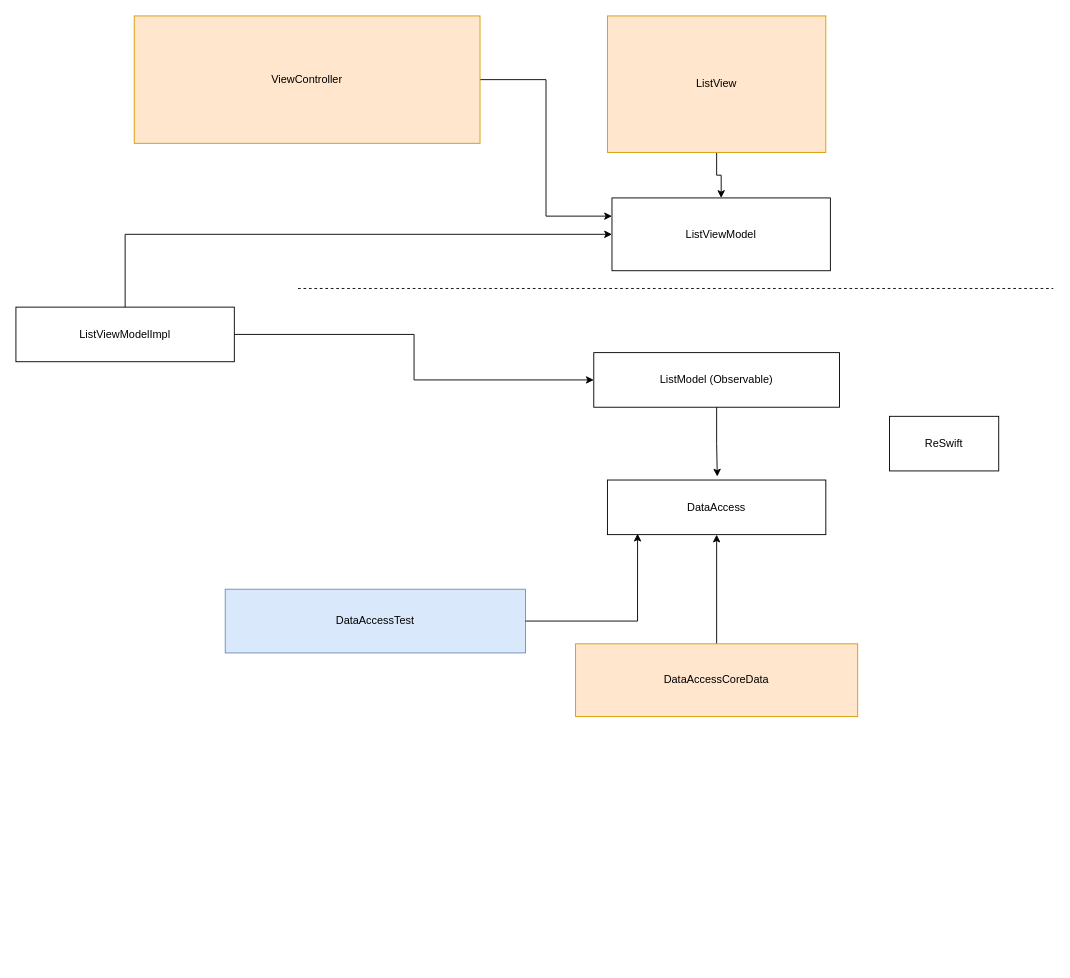
This is todolist-app.drawio from yyasutakee/uml-todoapp, a draw.io file, before an edit. Source tidied: cells renumbered, new cells numbered last; positions are measured from the earlier drawing's top-left corner, leaving out a move shared by most shapes. Both pictures are drawn from the tidied source at 91%, with x=0, y=0 at pixel (15, 15).
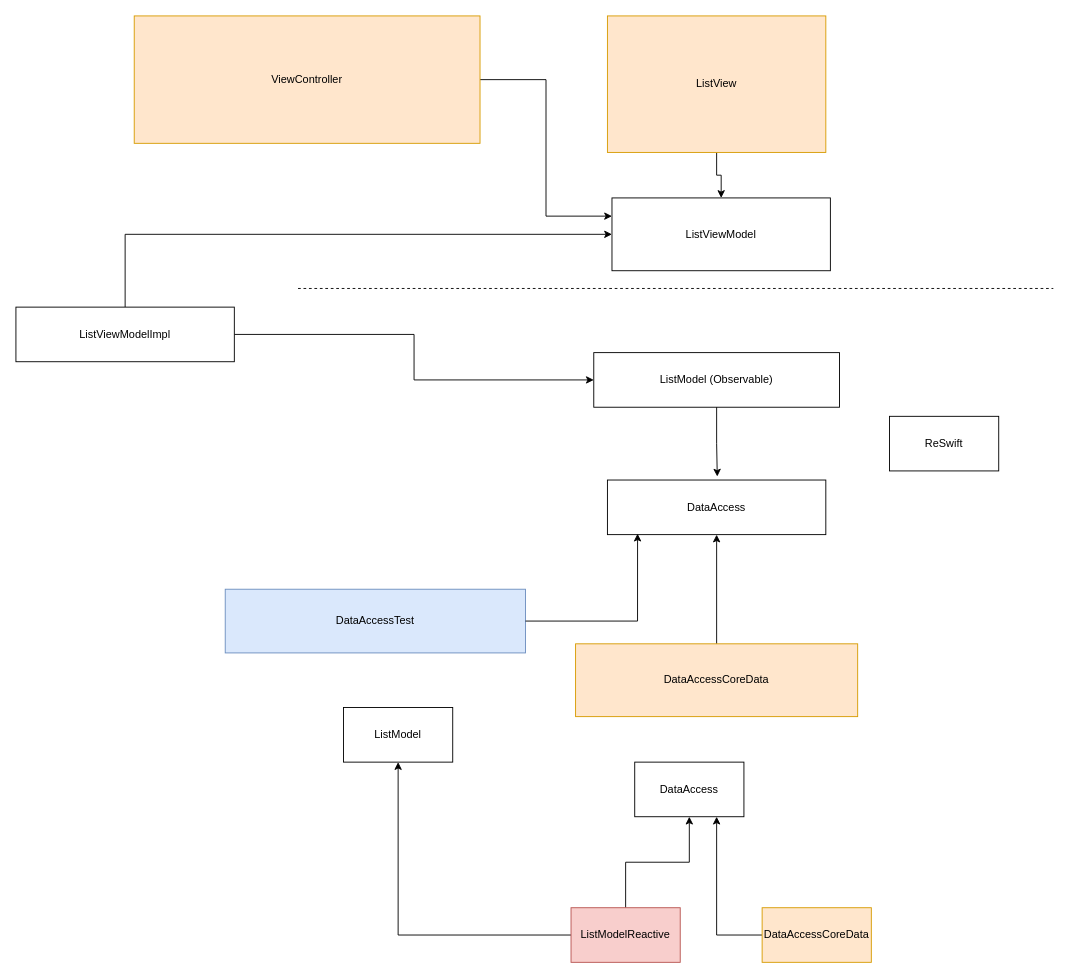
Above is the later version.

What changed in the source:
```diff
@@
+    <mxCell id="19" value="ListModel" style="rounded=0;whiteSpace=wrap;html=1;" parent="1" vertex="1">
+      <mxGeometry x="360" y="760" width="120" height="60" as="geometry" />
+    </mxCell>
+    <mxCell id="20" style="edgeStyle=orthogonalEdgeStyle;rounded=0;jettySize=auto;html=1;entryX=0.5;entryY=1;entryDx=0;entryDy=0;" parent="1" edge="1" source="22" target="19">
+      <mxGeometry relative="1" as="geometry" />
+    </mxCell>
+    <mxCell id="21" style="edgeStyle=orthogonalEdgeStyle;rounded=0;jettySize=auto;html=1;entryX=0.5;entryY=1;entryDx=0;entryDy=0;" parent="1" edge="1" source="22" target="23">
+      <mxGeometry relative="1" as="geometry" />
+    </mxCell>
+    <mxCell id="22" value="ListModelReactive" style="rounded=0;whiteSpace=wrap;html=1;fillColor=#f8cecc;strokeColor=#b85450;" parent="1" vertex="1">
+      <mxGeometry x="610" y="980" width="120" height="60" as="geometry" />
+    </mxCell>
+    <mxCell id="23" value="DataAccess" style="rounded=0;whiteSpace=wrap;html=1;" parent="1" vertex="1">
+      <mxGeometry x="680" y="820" width="120" height="60" as="geometry" />
+    </mxCell>
+    <mxCell id="24" style="edgeStyle=orthogonalEdgeStyle;rounded=0;jettySize=auto;html=1;entryX=0.75;entryY=1;entryDx=0;entryDy=0;" parent="1" edge="1" source="25" target="23">
+      <mxGeometry relative="1" as="geometry" />
+    </mxCell>
+    <mxCell id="25" value="DataAccessCoreData" style="rounded=0;whiteSpace=wrap;html=1;fillColor=#ffe6cc;strokeColor=#d79b00;" parent="1" vertex="1">
+      <mxGeometry x="820" y="980" width="120" height="60" as="geometry" />
+    </mxCell>
```
